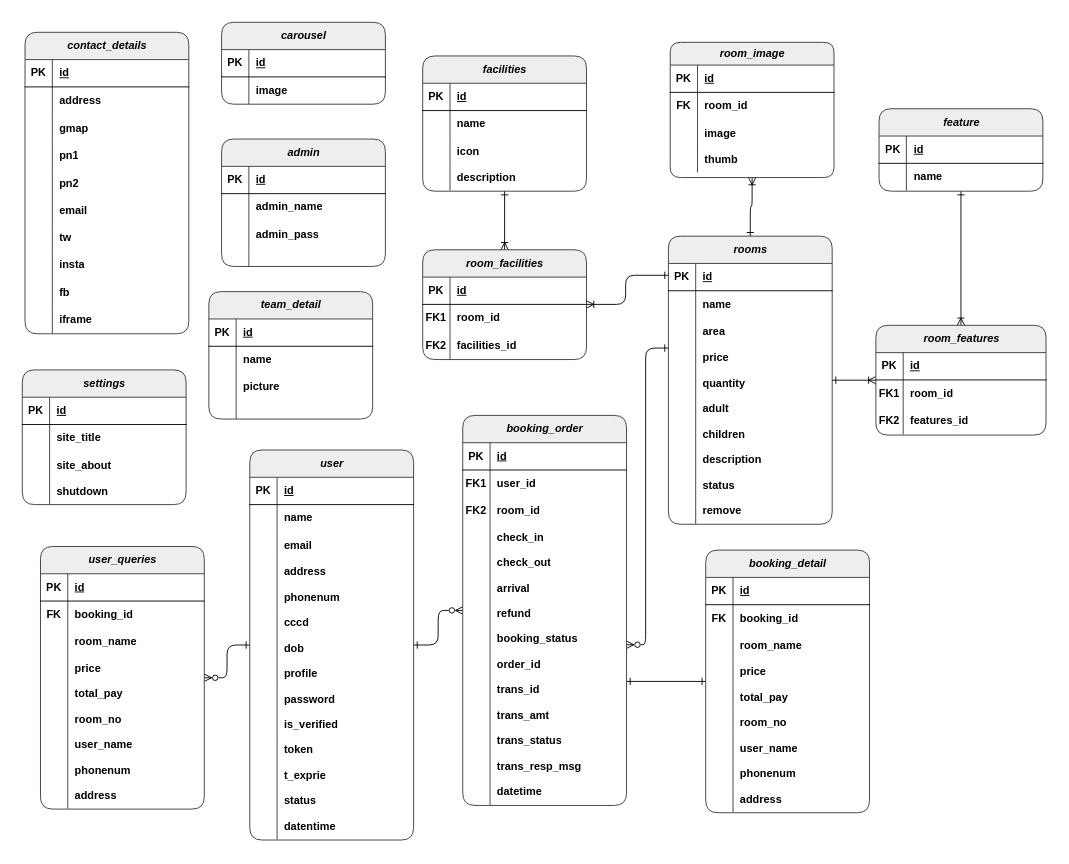
The draw.io diagram Biểu đồ không có tiêu đề.drawio in PEXUANMIKE1/Booking_hotel_BE_API, before the edit. Source tidied: cells renumbered, new cells numbered last; positions are measured from the earlier drawing's top-left corner, leaving out a move shared by most shapes. Both pictures are drawn from the tidied source at 91%, with x=0, y=0 at pixel (22, 22).
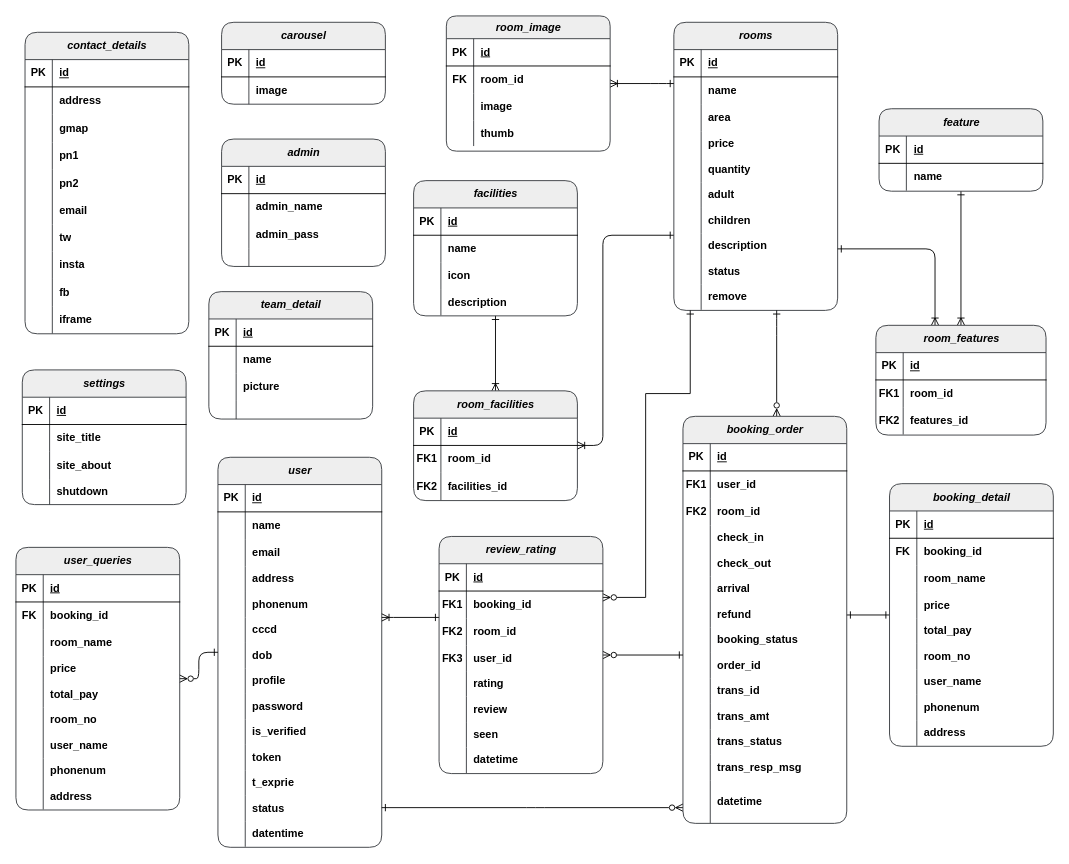
The same page after the edit.

Commit message:
Cập nhật Biểu đồ không có tiêu đề.drawio

Unchanged cells that the change refers to:
```xml
<mxCell id="80" value="&lt;span style=&quot;font-style: italic;&quot;&gt;room_features&lt;/span&gt;" style="shape=table;startSize=30;childLayout=tableLayout;rowLines=0;fontStyle=1;align=center;html=1;fillColor=#eeeeee;strokeColor=#36393d;rounded=1;" parent="1" vertex="1">
  <mxGeometry x="938" y="333" width="187" height="120.6" as="geometry" />
</mxCell>
```

What changed in the source:
```diff
@@
     <mxCell id="15" style="edgeStyle=orthogonalEdgeStyle;rounded=1;jettySize=auto;html=1;startArrow=ERone;startFill=0;endArrow=ERoneToMany;endFill=0;" parent="1" edge="1" source="16" target="37">
-      <mxGeometry relative="1" as="geometry" />
+      <mxGeometry relative="1" as="geometry">
+        <Array as="points">
+          <mxPoint x="484" y="322" />
+          <mxPoint x="484" y="322" />
+        </Array>
+      </mxGeometry>
     </mxCell>
     <mxCell id="16" value="&lt;span style=&quot;font-style: italic;&quot;&gt;facilities&lt;/span&gt;" style="shape=table;startSize=30;childLayout=tableLayout;rowLines=0;fontStyle=1;align=center;html=1;fillColor=#eeeeee;strokeColor=#36393d;rounded=1;" parent="1" vertex="1">
-      <mxGeometry x="440" y="37" width="180" height="148.6" as="geometry" />
+      <mxGeometry x="430" y="174" width="180" height="148.6" as="geometry" />
     </mxCell>
@@
     <mxCell id="37" value="&lt;span style=&quot;font-style: italic;&quot;&gt;room_facilities&lt;/span&gt;" style="shape=table;startSize=30;childLayout=tableLayout;rowLines=0;fontStyle=1;align=center;html=1;fillColor=#eeeeee;strokeColor=#36393d;rounded=1;" parent="1" vertex="1">
-      <mxGeometry x="440" y="250" width="180" height="120.6" as="geometry" />
+      <mxGeometry x="430" y="405" width="180" height="120.6" as="geometry" />
     </mxCell>
@@
     <mxCell id="47" style="edgeStyle=orthogonalEdgeStyle;rounded=1;jettySize=auto;html=1;startArrow=ERone;startFill=0;endArrow=ERoneToMany;endFill=0;" parent="1" edge="1" source="48" target="37">
       <mxGeometry relative="1" as="geometry">
         <Array as="points">
-          <mxPoint x="663" y="278" />
-          <mxPoint x="663" y="310" />
+          <mxPoint x="638" y="234" />
+          <mxPoint x="638" y="465" />
         </Array>
       </mxGeometry>
     </mxCell>
     <mxCell id="48" value="&lt;span style=&quot;font-style: italic;&quot;&gt;rooms&lt;/span&gt;" style="shape=table;startSize=30;childLayout=tableLayout;rowLines=0;fontStyle=1;align=center;html=1;fillColor=#eeeeee;strokeColor=#36393d;rounded=1;" parent="1" vertex="1">
-      <mxGeometry x="710" y="235" width="180" height="316.6" as="geometry" />
+      <mxGeometry x="716" width="180" height="316.6" as="geometry" />
     </mxCell>
@@
     <mxCell id="79" style="edgeStyle=orthogonalEdgeStyle;rounded=1;jettySize=auto;html=1;endArrow=ERone;endFill=0;startArrow=ERoneToMany;startFill=0;" parent="1" edge="1" source="80" target="48">
-      <mxGeometry relative="1" as="geometry" />
+      <mxGeometry relative="1" as="geometry">
+        <Array as="points">
+          <mxPoint x="1003" y="249" />
+        </Array>
+      </mxGeometry>
     </mxCell>
@@
     <mxCell id="90" style="edgeStyle=orthogonalEdgeStyle;rounded=1;jettySize=auto;html=1;endArrow=ERone;endFill=0;startArrow=ERoneToMany;startFill=0;" parent="1" edge="1" source="91" target="48">
-      <mxGeometry relative="1" as="geometry" />
+      <mxGeometry relative="1" as="geometry">
+        <Array as="points">
+          <mxPoint x="700" y="67" />
+          <mxPoint x="700" y="67" />
+        </Array>
+      </mxGeometry>
     </mxCell>
     <mxCell id="91" value="&lt;span style=&quot;font-style: italic;&quot;&gt;room_image&lt;/span&gt;" style="shape=table;startSize=25;childLayout=tableLayout;rowLines=0;fontStyle=1;align=center;html=1;fillColor=#eeeeee;strokeColor=#36393d;rounded=1;" parent="1" vertex="1">
-      <mxGeometry x="712" y="22" width="180" height="148.6" as="geometry" />
+      <mxGeometry x="466" y="-7" width="180" height="148.6" as="geometry" />
     </mxCell>
@@
     <mxCell id="104" value="&lt;span style=&quot;font-style: italic;&quot;&gt;user&lt;/span&gt;" style="shape=table;startSize=30;childLayout=tableLayout;rowLines=0;fontStyle=1;align=center;html=1;fillColor=#eeeeee;strokeColor=#36393d;rounded=1;" parent="1" vertex="1">
-      <mxGeometry x="250" y="470" width="180" height="428.6" as="geometry" />
+      <mxGeometry x="215" y="478" width="180" height="428.6" as="geometry" />
     </mxCell>
@@
     <mxCell id="148" value="&lt;span style=&quot;font-style: italic;&quot;&gt;booking_detail&lt;/span&gt;" style="shape=table;startSize=30;childLayout=tableLayout;rowLines=0;fontStyle=1;align=center;html=1;fillColor=#eeeeee;strokeColor=#36393d;rounded=1;" parent="1" vertex="1">
-      <mxGeometry x="751" y="580" width="180" height="288.6" as="geometry" />
+      <mxGeometry x="953" y="507" width="180" height="288.6" as="geometry" />
     </mxCell>
@@
     <mxCell id="176" style="edgeStyle=orthogonalEdgeStyle;rounded=1;jettySize=auto;html=1;endArrow=ERone;endFill=0;startArrow=ERzeroToMany;startFill=0;" parent="1" edge="1" source="178" target="104">
-      <mxGeometry relative="1" as="geometry" />
+      <mxGeometry relative="1" as="geometry">
+        <Array as="points">
+          <mxPoint x="564" y="863" />
+          <mxPoint x="564" y="863" />
+        </Array>
+      </mxGeometry>
     </mxCell>
     <mxCell id="177" style="edgeStyle=orthogonalEdgeStyle;rounded=1;jettySize=auto;html=1;endArrow=ERone;endFill=0;startArrow=ERzeroToMany;startFill=0;" parent="1" edge="1" source="178" target="48">
       <mxGeometry relative="1" as="geometry">
         <Array as="points">
-          <mxPoint x="685" y="684" />
-          <mxPoint x="685" y="358" />
+          <mxPoint x="829" y="334" />
+          <mxPoint x="829" y="334" />
         </Array>
       </mxGeometry>
     </mxCell>
     <mxCell id="178" value="&lt;span style=&quot;font-style: italic;&quot;&gt;booking_order&lt;/span&gt;" style="shape=table;startSize=30;childLayout=tableLayout;rowLines=0;fontStyle=1;align=center;html=1;fillColor=#eeeeee;strokeColor=#36393d;rounded=1;" parent="1" vertex="1">
-      <mxGeometry x="484" y="432" width="180" height="428.6" as="geometry" />
+      <mxGeometry x="726" y="433" width="180" height="447.3" as="geometry" />
     </mxCell>
@@
     <mxCell id="218" style="shape=tableRow;horizontal=0;startSize=0;swimlaneHead=0;swimlaneBody=0;fillColor=none;top=0;left=0;right=0;bottom=0;fontStyle=1;rounded=1;" parent="178" vertex="1">
-      <mxGeometry y="400" width="180" height="28" as="geometry" />
+      <mxGeometry y="400" width="180" height="47" as="geometry" />
     </mxCell>
     <mxCell id="219" style="shape=partialRectangle;fillColor=none;top=0;left=0;bottom=0;right=0;overflow=hidden;whiteSpace=wrap;html=1;fontStyle=1;rounded=1;" parent="218" vertex="1">
-      <mxGeometry width="30" height="28" as="geometry" />
+      <mxGeometry width="30" height="47" as="geometry" />
     </mxCell>
     <mxCell id="220" value="datetime" style="shape=partialRectangle;fillColor=none;top=0;left=0;bottom=0;right=0;align=left;spacingLeft=6;overflow=hidden;whiteSpace=wrap;html=1;fontStyle=1;rounded=1;" parent="218" vertex="1">
-      <mxGeometry x="30" width="150" height="28" as="geometry" />
+      <mxGeometry x="30" width="150" height="47" as="geometry" />
     </mxCell>
@@
     <mxCell id="222" value="&lt;span style=&quot;font-style: italic;&quot;&gt;user_queries&lt;/span&gt;" style="shape=table;startSize=30;childLayout=tableLayout;rowLines=0;fontStyle=1;align=center;html=1;fillColor=#eeeeee;strokeColor=#36393d;rounded=1;" parent="1" vertex="1">
-      <mxGeometry x="20" y="576" width="180" height="288.6" as="geometry" />
+      <mxGeometry x="-7" y="577" width="180" height="288.6" as="geometry" />
     </mxCell>
@@
+    <mxCell id="314" style="edgeStyle=orthogonalEdgeStyle;rounded=0;jettySize=auto;html=1;endArrow=ERone;endFill=0;startArrow=ERzeroToMany;startFill=0;" parent="1" edge="1" source="317" target="48">
+      <mxGeometry relative="1" as="geometry">
+        <Array as="points">
+          <mxPoint x="685" y="632" />
+          <mxPoint x="685" y="408" />
+          <mxPoint x="734" y="408" />
+        </Array>
+      </mxGeometry>
+    </mxCell>
+    <mxCell id="315" style="edgeStyle=orthogonalEdgeStyle;rounded=0;jettySize=auto;html=1;endArrow=ERoneToMany;endFill=0;startArrow=ERone;startFill=0;" parent="1" edge="1" source="317" target="104">
+      <mxGeometry relative="1" as="geometry">
+        <Array as="points">
+          <mxPoint x="408" y="654" />
+          <mxPoint x="408" y="654" />
+        </Array>
+      </mxGeometry>
+    </mxCell>
+    <mxCell id="316" style="edgeStyle=orthogonalEdgeStyle;rounded=0;jettySize=auto;html=1;endArrow=ERone;endFill=0;startArrow=ERzeroToMany;startFill=0;" parent="1" edge="1" source="317" target="178">
+      <mxGeometry relative="1" as="geometry">
+        <Array as="points">
+          <mxPoint x="638" y="823" />
+          <mxPoint x="638" y="823" />
+        </Array>
+      </mxGeometry>
+    </mxCell>
+    <mxCell id="317" value="&lt;i&gt;review_rating&lt;/i&gt;" style="shape=table;startSize=30;childLayout=tableLayout;rowLines=0;fontStyle=1;align=center;html=1;fillColor=#eeeeee;strokeColor=#36393d;rounded=1;" parent="1" vertex="1">
+      <mxGeometry x="458" y="565" width="180" height="260.6" as="geometry" />
+    </mxCell>
+    <mxCell id="318" style="shape=tableRow;horizontal=0;startSize=0;swimlaneHead=0;swimlaneBody=0;fillColor=none;top=0;left=0;right=0;bottom=1;fontStyle=1;rounded=1;" parent="317" vertex="1">
+      <mxGeometry y="30" width="180" height="30" as="geometry" />
+    </mxCell>
+    <mxCell id="319" value="PK" style="shape=partialRectangle;fillColor=none;top=0;left=0;bottom=0;right=0;fontStyle=1;overflow=hidden;whiteSpace=wrap;html=1;rounded=1;" parent="318" vertex="1">
+      <mxGeometry width="30" height="30" as="geometry" />
+    </mxCell>
+    <mxCell id="320" value="&lt;span style=&quot;text-wrap: nowrap;&quot;&gt;id&lt;/span&gt;" style="shape=partialRectangle;fillColor=none;top=0;left=0;bottom=0;right=0;align=left;spacingLeft=6;fontStyle=5;overflow=hidden;whiteSpace=wrap;html=1;rounded=1;" parent="318" vertex="1">
+      <mxGeometry x="30" width="150" height="30" as="geometry" />
+    </mxCell>
+    <mxCell id="321" style="shape=tableRow;horizontal=0;startSize=0;swimlaneHead=0;swimlaneBody=0;fillColor=none;top=0;left=0;right=0;bottom=0;fontStyle=1;rounded=1;" parent="317" vertex="1">
+      <mxGeometry y="60" width="180" height="30" as="geometry" />
+    </mxCell>
+    <mxCell id="322" value="FK1" style="shape=partialRectangle;fillColor=none;top=0;left=0;bottom=0;right=0;overflow=hidden;whiteSpace=wrap;html=1;fontStyle=1;rounded=1;" parent="321" vertex="1">
+      <mxGeometry width="30" height="30" as="geometry" />
+    </mxCell>
+    <mxCell id="323" value="&lt;span style=&quot;text-wrap: nowrap;&quot;&gt;booking_id&lt;/span&gt;" style="shape=partialRectangle;fillColor=none;top=0;left=0;bottom=0;right=0;align=left;spacingLeft=6;overflow=hidden;whiteSpace=wrap;html=1;fontStyle=1;rounded=1;" parent="321" vertex="1">
+      <mxGeometry x="30" width="150" height="30" as="geometry" />
+    </mxCell>
+    <mxCell id="324" style="shape=tableRow;horizontal=0;startSize=0;swimlaneHead=0;swimlaneBody=0;fillColor=none;top=0;left=0;right=0;bottom=0;fontStyle=1;rounded=1;" parent="317" vertex="1">
+      <mxGeometry y="90" width="180" height="30" as="geometry" />
+    </mxCell>
+    <mxCell id="325" value="FK2" style="shape=partialRectangle;fillColor=none;top=0;left=0;bottom=0;right=0;overflow=hidden;whiteSpace=wrap;html=1;fontStyle=1;rounded=1;" parent="324" vertex="1">
+      <mxGeometry width="30" height="30" as="geometry" />
+    </mxCell>
+    <mxCell id="326" value="&lt;span style=&quot;text-wrap: nowrap;&quot;&gt;room_id&lt;/span&gt;" style="shape=partialRectangle;fillColor=none;top=0;left=0;bottom=0;right=0;align=left;spacingLeft=6;overflow=hidden;whiteSpace=wrap;html=1;fontStyle=1;rounded=1;" parent="324" vertex="1">
+      <mxGeometry x="30" width="150" height="30" as="geometry" />
+    </mxCell>
+    <mxCell id="327" style="shape=tableRow;horizontal=0;startSize=0;swimlaneHead=0;swimlaneBody=0;fillColor=none;top=0;left=0;right=0;bottom=0;fontStyle=1;rounded=1;" parent="317" vertex="1">
+      <mxGeometry y="120" width="180" height="28" as="geometry" />
+    </mxCell>
+    <mxCell id="328" value="FK3" style="shape=partialRectangle;fillColor=none;top=0;left=0;bottom=0;right=0;overflow=hidden;whiteSpace=wrap;html=1;fontStyle=1;rounded=1;" parent="327" vertex="1">
+      <mxGeometry width="30" height="28" as="geometry" />
+    </mxCell>
+    <mxCell id="329" value="user_id" style="shape=partialRectangle;fillColor=none;top=0;left=0;bottom=0;right=0;align=left;spacingLeft=6;overflow=hidden;whiteSpace=wrap;html=1;fontStyle=1;rounded=1;" parent="327" vertex="1">
+      <mxGeometry x="30" width="150" height="28" as="geometry" />
+    </mxCell>
+    <mxCell id="330" style="shape=tableRow;horizontal=0;startSize=0;swimlaneHead=0;swimlaneBody=0;fillColor=none;top=0;left=0;right=0;bottom=0;fontStyle=1;rounded=1;" parent="317" vertex="1">
+      <mxGeometry y="148" width="180" height="28" as="geometry" />
+    </mxCell>
+    <mxCell id="331" style="shape=partialRectangle;fillColor=none;top=0;left=0;bottom=0;right=0;overflow=hidden;whiteSpace=wrap;html=1;fontStyle=1;rounded=1;" parent="330" vertex="1">
+      <mxGeometry width="30" height="28" as="geometry" />
+    </mxCell>
+    <mxCell id="332" value="rating" style="shape=partialRectangle;fillColor=none;top=0;left=0;bottom=0;right=0;align=left;spacingLeft=6;overflow=hidden;whiteSpace=wrap;html=1;fontStyle=1;rounded=1;" parent="330" vertex="1">
+      <mxGeometry x="30" width="150" height="28" as="geometry" />
+    </mxCell>
+    <mxCell id="333" style="shape=tableRow;horizontal=0;startSize=0;swimlaneHead=0;swimlaneBody=0;fillColor=none;top=0;left=0;right=0;bottom=0;fontStyle=1;rounded=1;" parent="317" vertex="1">
+      <mxGeometry y="176" width="180" height="28" as="geometry" />
+    </mxCell>
+    <mxCell id="334" style="shape=partialRectangle;fillColor=none;top=0;left=0;bottom=0;right=0;overflow=hidden;whiteSpace=wrap;html=1;fontStyle=1;rounded=1;" parent="333" vertex="1">
+      <mxGeometry width="30" height="28" as="geometry" />
+    </mxCell>
+    <mxCell id="335" value="review" style="shape=partialRectangle;fillColor=none;top=0;left=0;bottom=0;right=0;align=left;spacingLeft=6;overflow=hidden;whiteSpace=wrap;html=1;fontStyle=1;rounded=1;" parent="333" vertex="1">
+      <mxGeometry x="30" width="150" height="28" as="geometry" />
+    </mxCell>
+    <mxCell id="336" style="shape=tableRow;horizontal=0;startSize=0;swimlaneHead=0;swimlaneBody=0;fillColor=none;top=0;left=0;right=0;bottom=0;fontStyle=1;rounded=1;" parent="317" vertex="1">
+      <mxGeometry y="204" width="180" height="28" as="geometry" />
+    </mxCell>
+    <mxCell id="337" style="shape=partialRectangle;fillColor=none;top=0;left=0;bottom=0;right=0;overflow=hidden;whiteSpace=wrap;html=1;fontStyle=1;rounded=1;" parent="336" vertex="1">
+      <mxGeometry width="30" height="28" as="geometry" />
+    </mxCell>
+    <mxCell id="338" value="seen" style="shape=partialRectangle;fillColor=none;top=0;left=0;bottom=0;right=0;align=left;spacingLeft=6;overflow=hidden;whiteSpace=wrap;html=1;fontStyle=1;rounded=1;" parent="336" vertex="1">
+      <mxGeometry x="30" width="150" height="28" as="geometry" />
+    </mxCell>
+    <mxCell id="339" style="shape=tableRow;horizontal=0;startSize=0;swimlaneHead=0;swimlaneBody=0;fillColor=none;top=0;left=0;right=0;bottom=0;fontStyle=1;rounded=1;" parent="317" vertex="1">
+      <mxGeometry y="232" width="180" height="28" as="geometry" />
+    </mxCell>
+    <mxCell id="340" style="shape=partialRectangle;fillColor=none;top=0;left=0;bottom=0;right=0;overflow=hidden;whiteSpace=wrap;html=1;fontStyle=1;rounded=1;" parent="339" vertex="1">
+      <mxGeometry width="30" height="28" as="geometry" />
+    </mxCell>
+    <mxCell id="341" value="datetime" style="shape=partialRectangle;fillColor=none;top=0;left=0;bottom=0;right=0;align=left;spacingLeft=6;overflow=hidden;whiteSpace=wrap;html=1;fontStyle=1;rounded=1;" parent="339" vertex="1">
+      <mxGeometry x="30" width="150" height="28" as="geometry" />
+    </mxCell>
```
